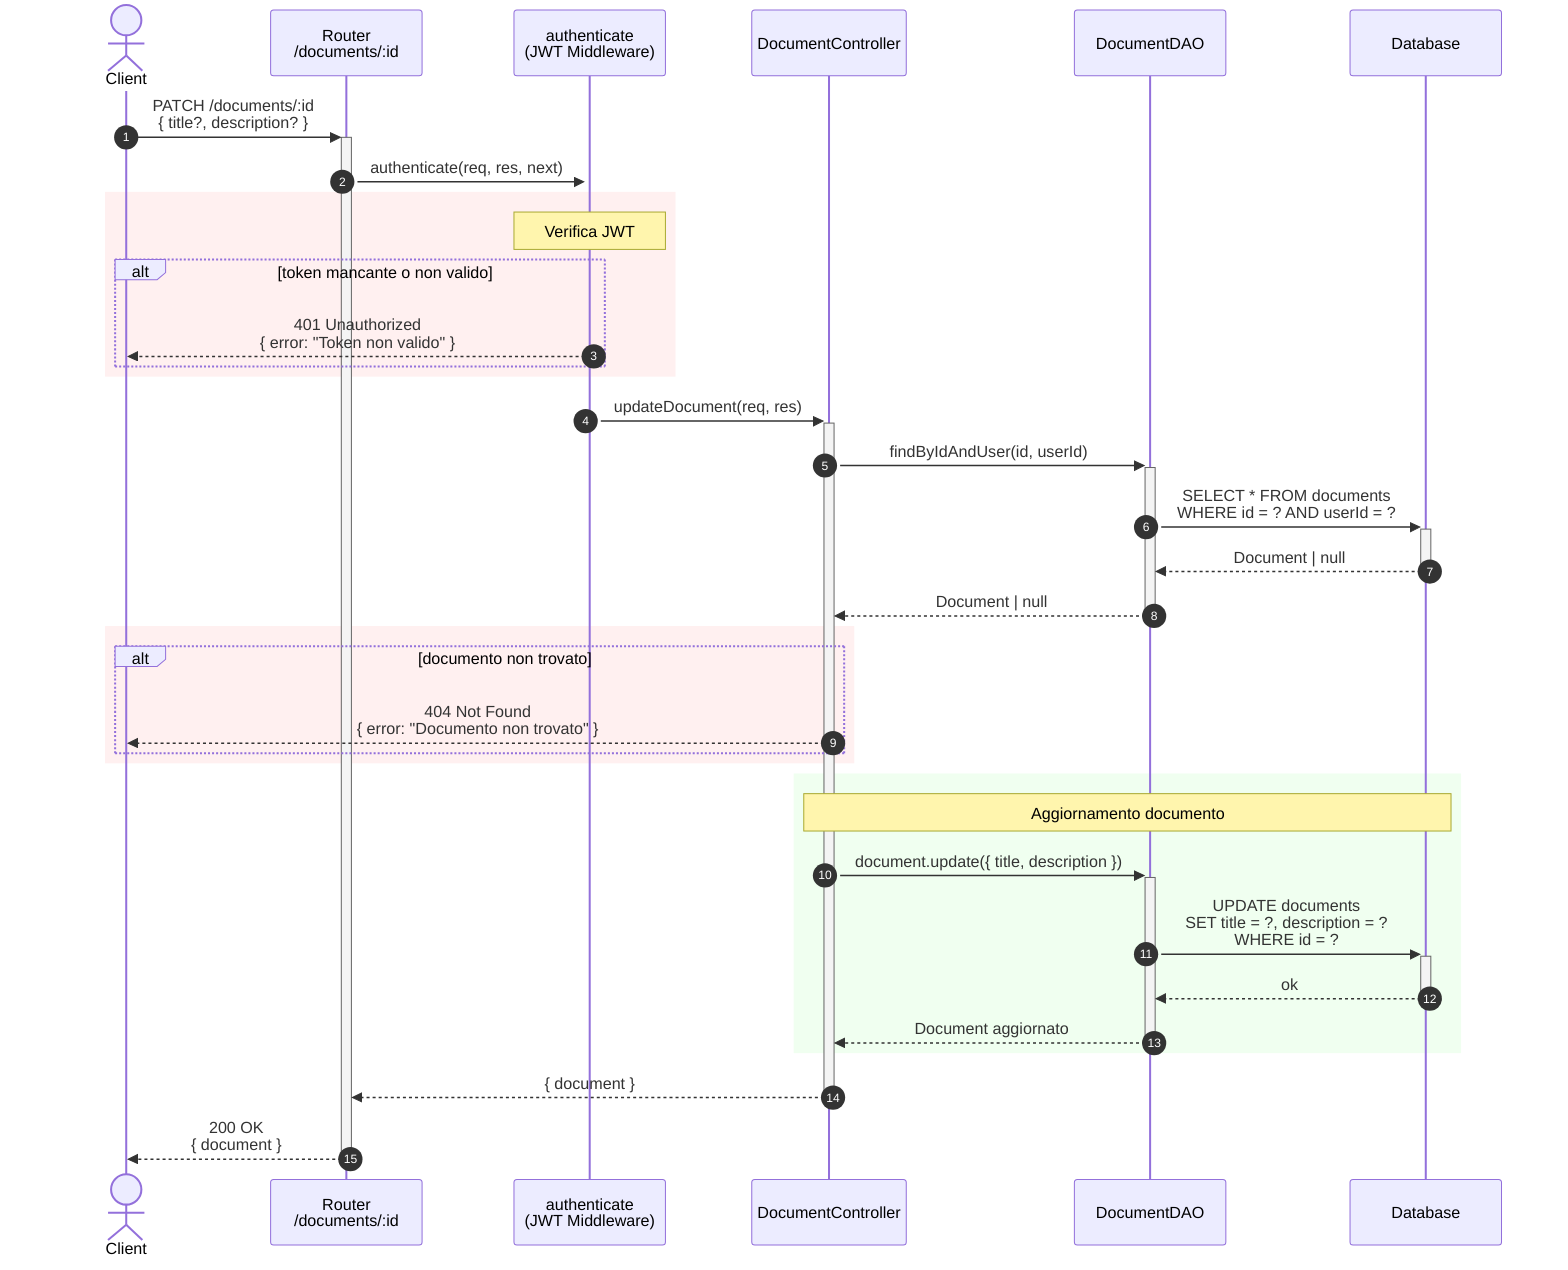
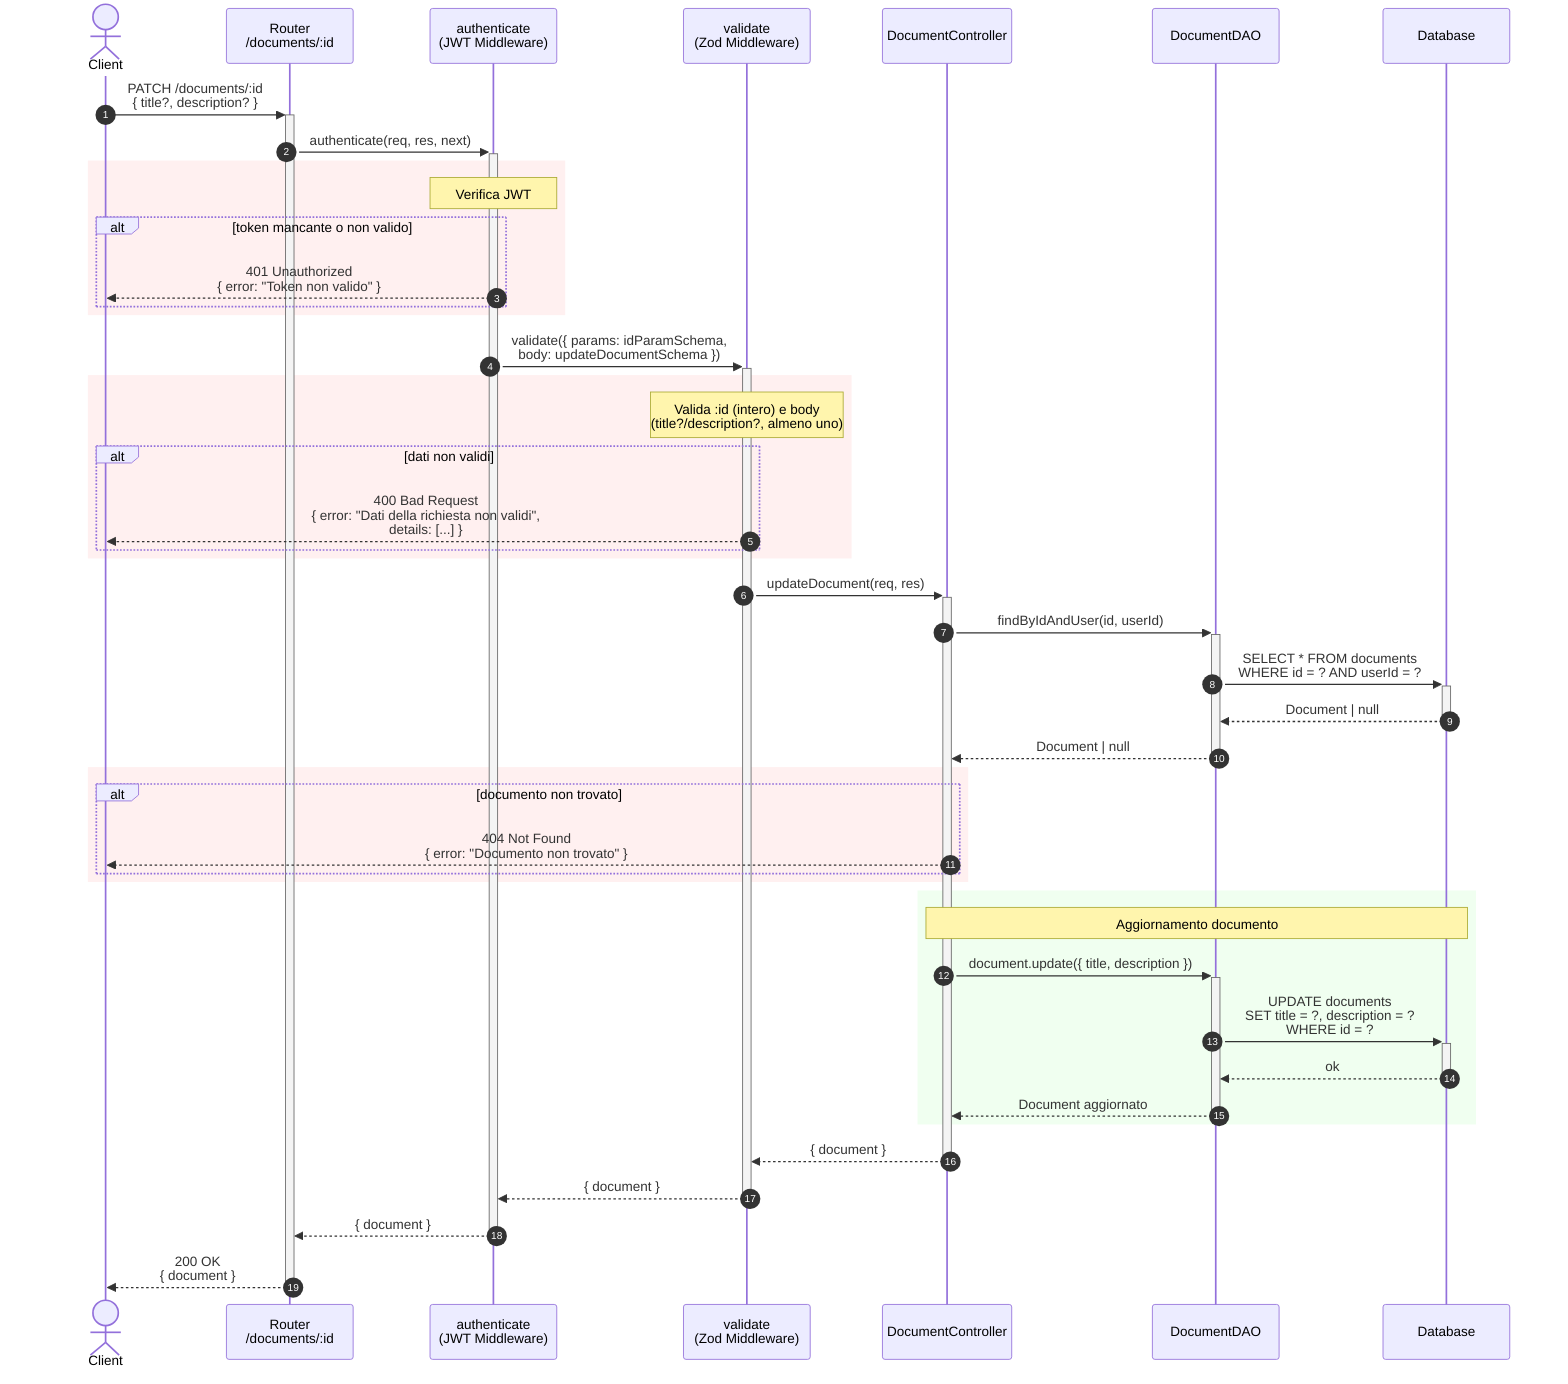
sequenceDiagram
    autonumber
    actor Client
    participant Router as Router<br/>/documents/:id
    participant Auth as authenticate<br/>(JWT Middleware)
+     participant Validate as validate<br/>(Zod Middleware)
    participant Controller as DocumentController
    participant DAO as DocumentDAO
    participant DB@{ shape: "database" } as Database

    Client->>+Router: PATCH /documents/:id<br/>{ title?, description? }

    Router->>+Auth: authenticate(req, res, next)

    rect rgb(255, 240, 240)
        note over Auth: Verifica JWT
        alt token mancante o non valido
            Auth-->>Client: 401 Unauthorized<br/>{ error: "Token non valido" }
        end
    end

-     Auth->>+Controller: updateDocument(req, res)
+     Auth->>+Validate: validate({ params: idParamSchema,<br/>body: updateDocumentSchema })
+ 
+     rect rgb(255, 240, 240)
+         note over Validate: Valida :id (intero) e body<br/>(title?/description?, almeno uno)
+         alt dati non validi
+             Validate-->>Client: 400 Bad Request<br/>{ error: "Dati della richiesta non validi",<br/>details: [...] }
+         end
+     end
+ 
+     Validate->>+Controller: updateDocument(req, res)

    Controller->>+DAO: findByIdAndUser(id, userId)
    DAO->>+DB: SELECT * FROM documents<br/>WHERE id = ? AND userId = ?
    DB-->>-DAO: Document | null
    DAO-->>-Controller: Document | null

    rect rgb(255, 240, 240)
        alt documento non trovato
            Controller-->>Client: 404 Not Found<br/>{ error: "Documento non trovato" }
        end
    end

    rect rgb(240, 255, 240)
        note over Controller,DB: Aggiornamento documento
        Controller->>+DAO: document.update({ title, description })
        DAO->>+DB: UPDATE documents<br/>SET title = ?, description = ?<br/>WHERE id = ?
        DB-->>-DAO: ok
        DAO-->>-Controller: Document aggiornato
    end

-     Controller-->>-Router: { document }
-     Router-->>-Client: 200 OK<br/>{ document }+     Controller-->>-Validate: { document }
+     Validate-->>-Auth: { document }
+     Auth-->>-Router: { document }
+     Router-->>-Client: 200 OK<br/>{ document }
